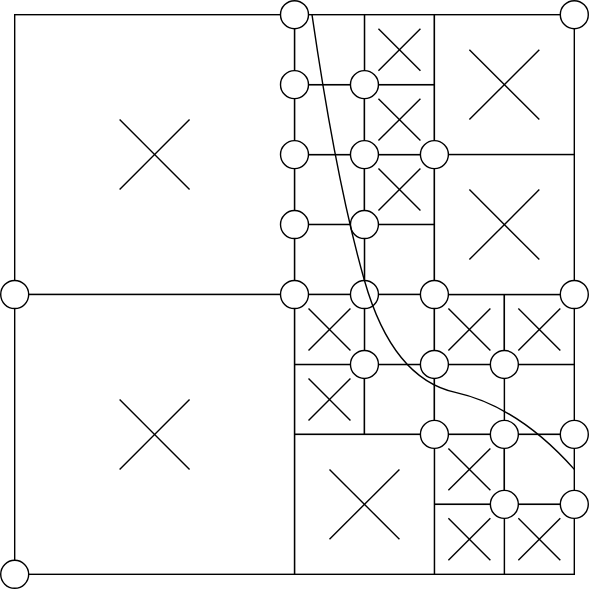
This is images/ndbs.svg from somnicattus/binary-search-generalized, a draw.io export, as it was before one commit. Source tidied: cells renumbered, new cells last; positions are measured from the earlier drawing's top-left corner, leaving out a move shared by most shapes.
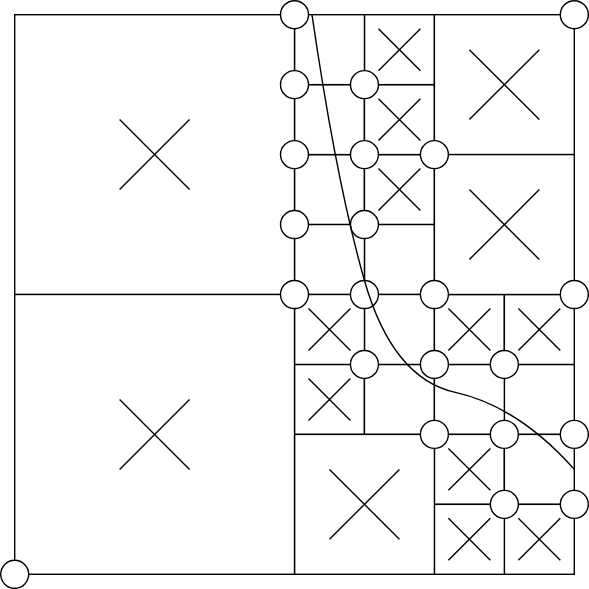
After the change.

The edit, as a diff of the source:
```diff
@@ -122,9 +122,6 @@
     <mxCell id="37" style="ellipse;whiteSpace=wrap;html=1;" parent="1" vertex="1">
       <mxGeometry x="300" y="300" width="20" height="20" as="geometry" />
     </mxCell>
-    <mxCell id="38" style="ellipse;whiteSpace=wrap;html=1;" parent="1" vertex="1">
-      <mxGeometry y="200" width="20" height="20" as="geometry" />
-    </mxCell>
     <mxCell id="39" style="endArrow=none;html=1;rounded=0;" parent="1" edge="1">
       <mxGeometry relative="1" as="geometry">
         <mxPoint x="385" y="85" as="sourcePoint" />
```
